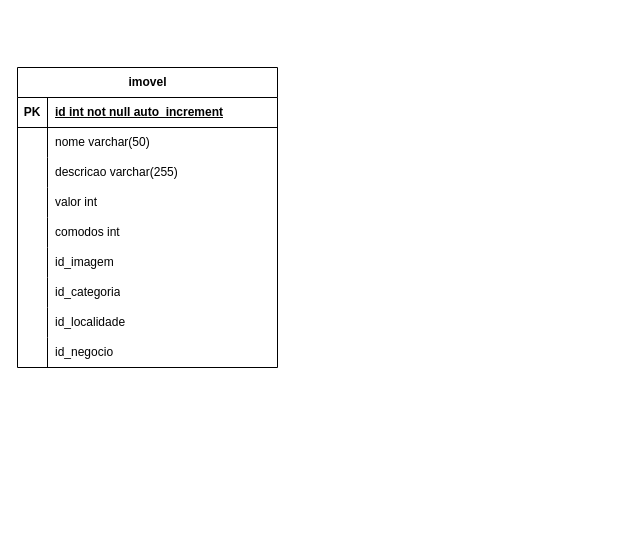
Above: Diagramas/Atividades/imobiliaria-diagrama.drawio in samueldelorenzi/BancoDeDadosI (draw.io), before the change. Source tidied: cells renumbered, new cells numbered last; positions are measured from the earlier drawing's top-left corner, leaving out a move shared by most shapes. Both pictures are drawn from the tidied source at 100%, with x=0, y=0 at pixel (17, 67).
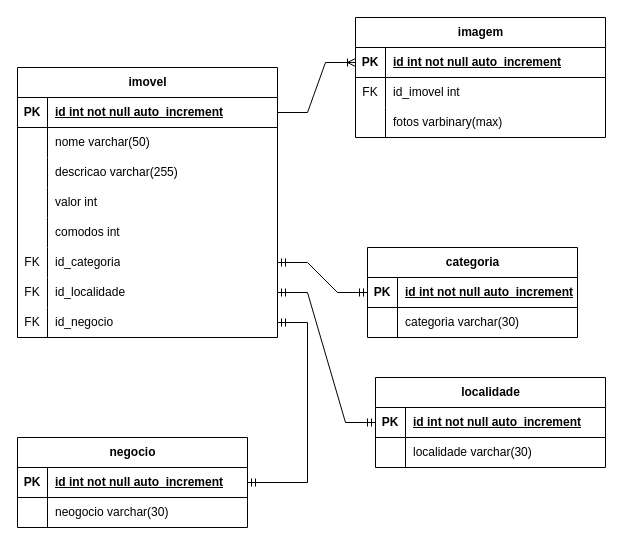
Above is the later version.

Unchanged cells that the change refers to:
```xml
<mxCell id="3" style="shape=tableRow;horizontal=0;startSize=0;swimlaneHead=0;swimlaneBody=0;fillColor=none;points=[[0,0.5],[1,0.5]];portConstraint=eastwest;top=0;left=0;right=0;bottom=1;" parent="2" vertex="1">
  <mxGeometry y="30" width="260" height="30" as="geometry" />
</mxCell>
```

Diff of the diagram source:
```diff
@@
     <mxCell id="2" value="imovel" style="shape=table;startSize=30;childLayout=tableLayout;rowLines=0;fontStyle=1;align=center;html=1;" parent="1" vertex="1">
-      <mxGeometry width="260" height="300" as="geometry" />
+      <mxGeometry width="260" height="270" as="geometry" />
     </mxCell>
@@
-    <mxCell id="18" style="shape=tableRow;horizontal=0;startSize=0;swimlaneHead=0;swimlaneBody=0;fillColor=none;top=0;left=0;right=0;bottom=0;" parent="2" vertex="1">
-      <mxGeometry y="180" width="260" height="30" as="geometry" />
-    </mxCell>
-    <mxCell id="19" style="shape=partialRectangle;fillColor=none;top=0;left=0;bottom=0;right=0;overflow=hidden;whiteSpace=wrap;html=1;" parent="18" vertex="1">
-      <mxGeometry width="30" height="30" as="geometry" />
-    </mxCell>
-    <mxCell id="20" value="id_imagem" style="shape=partialRectangle;fillColor=none;top=0;left=0;bottom=0;right=0;align=left;spacingLeft=6;overflow=hidden;whiteSpace=wrap;html=1;" parent="18" vertex="1">
-      <mxGeometry x="30" width="230" height="30" as="geometry" />
-    </mxCell>
     <mxCell id="21" style="shape=tableRow;horizontal=0;startSize=0;swimlaneHead=0;swimlaneBody=0;fillColor=none;points=[[0,0.5],[1,0.5]];portConstraint=eastwest;top=0;left=0;right=0;bottom=0;" parent="2" vertex="1">
-      <mxGeometry y="210" width="260" height="30" as="geometry" />
+      <mxGeometry y="180" width="260" height="30" as="geometry" />
     </mxCell>
-    <mxCell id="22" style="shape=partialRectangle;fillColor=none;top=0;left=0;bottom=0;right=0;overflow=hidden;whiteSpace=wrap;html=1;" parent="21" vertex="1">
+    <mxCell id="22" value="FK" style="shape=partialRectangle;fillColor=none;top=0;left=0;bottom=0;right=0;overflow=hidden;whiteSpace=wrap;html=1;" parent="21" vertex="1">
       <mxGeometry width="30" height="30" as="geometry" />
     </mxCell>
@@
     <mxCell id="24" style="shape=tableRow;horizontal=0;startSize=0;swimlaneHead=0;swimlaneBody=0;fillColor=none;points=[[0,0.5],[1,0.5]];portConstraint=eastwest;top=0;left=0;right=0;bottom=0;" parent="2" vertex="1">
-      <mxGeometry y="240" width="260" height="30" as="geometry" />
+      <mxGeometry y="210" width="260" height="30" as="geometry" />
     </mxCell>
-    <mxCell id="25" style="shape=partialRectangle;fillColor=none;top=0;left=0;bottom=0;right=0;overflow=hidden;whiteSpace=wrap;html=1;" parent="24" vertex="1">
+    <mxCell id="25" value="FK" style="shape=partialRectangle;fillColor=none;top=0;left=0;bottom=0;right=0;overflow=hidden;whiteSpace=wrap;html=1;" parent="24" vertex="1">
       <mxGeometry width="30" height="30" as="geometry" />
     </mxCell>
@@
     <mxCell id="27" style="shape=tableRow;horizontal=0;startSize=0;swimlaneHead=0;swimlaneBody=0;fillColor=none;points=[[0,0.5],[1,0.5]];portConstraint=eastwest;top=0;left=0;right=0;bottom=0;" parent="2" vertex="1">
-      <mxGeometry y="270" width="260" height="30" as="geometry" />
+      <mxGeometry y="240" width="260" height="30" as="geometry" />
     </mxCell>
-    <mxCell id="28" style="shape=partialRectangle;fillColor=none;top=0;left=0;bottom=0;right=0;overflow=hidden;whiteSpace=wrap;html=1;" parent="27" vertex="1">
+    <mxCell id="28" value="FK" style="shape=partialRectangle;fillColor=none;top=0;left=0;bottom=0;right=0;overflow=hidden;whiteSpace=wrap;html=1;" parent="27" vertex="1">
       <mxGeometry width="30" height="30" as="geometry" />
     </mxCell>
@@
+    <mxCell id="30" value="imagem" style="shape=table;startSize=30;childLayout=tableLayout;rowLines=0;fontStyle=1;align=center;html=1;" parent="1" vertex="1">
+      <mxGeometry x="338" y="-50" width="250" height="120" as="geometry" />
+    </mxCell>
+    <mxCell id="31" style="shape=tableRow;horizontal=0;startSize=0;swimlaneHead=0;swimlaneBody=0;fillColor=none;points=[[0,0.5],[1,0.5]];portConstraint=eastwest;top=0;left=0;right=0;bottom=1;" parent="30" vertex="1">
+      <mxGeometry y="30" width="250" height="30" as="geometry" />
+    </mxCell>
+    <mxCell id="32" value="PK" style="shape=partialRectangle;fillColor=none;top=0;left=0;bottom=0;right=0;fontStyle=1;overflow=hidden;whiteSpace=wrap;html=1;" parent="31" vertex="1">
+      <mxGeometry width="30" height="30" as="geometry" />
+    </mxCell>
+    <mxCell id="33" value="id int not null auto_increment" style="shape=partialRectangle;fillColor=none;top=0;left=0;bottom=0;right=0;align=left;spacingLeft=6;fontStyle=5;overflow=hidden;whiteSpace=wrap;html=1;" parent="31" vertex="1">
+      <mxGeometry x="30" width="220" height="30" as="geometry" />
+    </mxCell>
+    <mxCell id="34" style="shape=tableRow;horizontal=0;startSize=0;swimlaneHead=0;swimlaneBody=0;fillColor=none;top=0;left=0;right=0;bottom=0;" parent="30" vertex="1">
+      <mxGeometry y="60" width="250" height="30" as="geometry" />
+    </mxCell>
+    <mxCell id="35" value="FK" style="shape=partialRectangle;fillColor=none;top=0;left=0;bottom=0;right=0;overflow=hidden;whiteSpace=wrap;html=1;" parent="34" vertex="1">
+      <mxGeometry width="30" height="30" as="geometry" />
+    </mxCell>
+    <mxCell id="36" value="id_imovel int" style="shape=partialRectangle;fillColor=none;top=0;left=0;bottom=0;right=0;align=left;spacingLeft=6;overflow=hidden;whiteSpace=wrap;html=1;" parent="34" vertex="1">
+      <mxGeometry x="30" width="220" height="30" as="geometry" />
+    </mxCell>
+    <mxCell id="37" style="shape=tableRow;horizontal=0;startSize=0;swimlaneHead=0;swimlaneBody=0;fillColor=none;top=0;left=0;right=0;bottom=0;" parent="30" vertex="1">
+      <mxGeometry y="90" width="250" height="30" as="geometry" />
+    </mxCell>
+    <mxCell id="38" style="shape=partialRectangle;fillColor=none;top=0;left=0;bottom=0;right=0;overflow=hidden;whiteSpace=wrap;html=1;" parent="37" vertex="1">
+      <mxGeometry width="30" height="30" as="geometry" />
+    </mxCell>
+    <mxCell id="39" value="fotos varbinary(max)" style="shape=partialRectangle;fillColor=none;top=0;left=0;bottom=0;right=0;align=left;spacingLeft=6;overflow=hidden;whiteSpace=wrap;html=1;" parent="37" vertex="1">
+      <mxGeometry x="30" width="220" height="30" as="geometry" />
+    </mxCell>
+    <mxCell id="40" value="categoria" style="shape=table;startSize=30;childLayout=tableLayout;rowLines=0;fontStyle=1;align=center;html=1;" parent="1" vertex="1">
+      <mxGeometry x="350" y="180" width="210" height="90" as="geometry" />
+    </mxCell>
+    <mxCell id="41" style="shape=tableRow;horizontal=0;startSize=0;swimlaneHead=0;swimlaneBody=0;fillColor=none;points=[[0,0.5],[1,0.5]];portConstraint=eastwest;top=0;left=0;right=0;bottom=1;" parent="40" vertex="1">
+      <mxGeometry y="30" width="210" height="30" as="geometry" />
+    </mxCell>
+    <mxCell id="42" value="PK" style="shape=partialRectangle;fillColor=none;top=0;left=0;bottom=0;right=0;fontStyle=1;overflow=hidden;whiteSpace=wrap;html=1;" parent="41" vertex="1">
+      <mxGeometry width="30" height="30" as="geometry" />
+    </mxCell>
+    <mxCell id="43" value="id int not null auto_increment" style="shape=partialRectangle;fillColor=none;top=0;left=0;bottom=0;right=0;align=left;spacingLeft=6;fontStyle=5;overflow=hidden;whiteSpace=wrap;html=1;" parent="41" vertex="1">
+      <mxGeometry x="30" width="180" height="30" as="geometry" />
+    </mxCell>
+    <mxCell id="44" style="shape=tableRow;horizontal=0;startSize=0;swimlaneHead=0;swimlaneBody=0;fillColor=none;top=0;left=0;right=0;bottom=0;" parent="40" vertex="1">
+      <mxGeometry y="60" width="210" height="30" as="geometry" />
+    </mxCell>
+    <mxCell id="45" style="shape=partialRectangle;fillColor=none;top=0;left=0;bottom=0;right=0;overflow=hidden;whiteSpace=wrap;html=1;" parent="44" vertex="1">
+      <mxGeometry width="30" height="30" as="geometry" />
+    </mxCell>
+    <mxCell id="46" value="categoria varchar(30)" style="shape=partialRectangle;fillColor=none;top=0;left=0;bottom=0;right=0;align=left;spacingLeft=6;overflow=hidden;whiteSpace=wrap;html=1;" parent="44" vertex="1">
+      <mxGeometry x="30" width="180" height="30" as="geometry" />
+    </mxCell>
+    <mxCell id="47" style="edgeStyle=entityRelationEdgeStyle;fontSize=12;html=1;endArrow=ERmandOne;startArrow=ERmandOne;rounded=0;" parent="1" edge="1" source="21" target="41">
+      <mxGeometry relative="1" as="geometry" />
+    </mxCell>
+    <mxCell id="48" value="localidade" style="shape=table;startSize=30;childLayout=tableLayout;rowLines=0;fontStyle=1;align=center;html=1;" parent="1" vertex="1">
+      <mxGeometry x="358" y="310" width="230" height="90" as="geometry" />
+    </mxCell>
+    <mxCell id="49" style="shape=tableRow;horizontal=0;startSize=0;swimlaneHead=0;swimlaneBody=0;fillColor=none;points=[[0,0.5],[1,0.5]];portConstraint=eastwest;top=0;left=0;right=0;bottom=1;" parent="48" vertex="1">
+      <mxGeometry y="30" width="230" height="30" as="geometry" />
+    </mxCell>
+    <mxCell id="50" value="PK" style="shape=partialRectangle;fillColor=none;top=0;left=0;bottom=0;right=0;fontStyle=1;overflow=hidden;whiteSpace=wrap;html=1;" parent="49" vertex="1">
+      <mxGeometry width="30" height="30" as="geometry" />
+    </mxCell>
+    <mxCell id="51" value="id int not null auto_increment" style="shape=partialRectangle;fillColor=none;top=0;left=0;bottom=0;right=0;align=left;spacingLeft=6;fontStyle=5;overflow=hidden;whiteSpace=wrap;html=1;" parent="49" vertex="1">
+      <mxGeometry x="30" width="200" height="30" as="geometry" />
+    </mxCell>
+    <mxCell id="52" style="shape=tableRow;horizontal=0;startSize=0;swimlaneHead=0;swimlaneBody=0;fillColor=none;top=0;left=0;right=0;bottom=0;" parent="48" vertex="1">
+      <mxGeometry y="60" width="230" height="30" as="geometry" />
+    </mxCell>
+    <mxCell id="53" style="shape=partialRectangle;fillColor=none;top=0;left=0;bottom=0;right=0;overflow=hidden;whiteSpace=wrap;html=1;" parent="52" vertex="1">
+      <mxGeometry width="30" height="30" as="geometry" />
+    </mxCell>
+    <mxCell id="54" value="localidade varchar(30)" style="shape=partialRectangle;fillColor=none;top=0;left=0;bottom=0;right=0;align=left;spacingLeft=6;overflow=hidden;whiteSpace=wrap;html=1;" parent="52" vertex="1">
+      <mxGeometry x="30" width="200" height="30" as="geometry" />
+    </mxCell>
+    <mxCell id="55" style="edgeStyle=entityRelationEdgeStyle;fontSize=12;html=1;endArrow=ERmandOne;startArrow=ERmandOne;rounded=0;" parent="1" edge="1" source="24" target="49">
+      <mxGeometry relative="1" as="geometry">
+        <Array as="points">
+          <mxPoint x="340" y="315" />
+        </Array>
+      </mxGeometry>
+    </mxCell>
+    <mxCell id="56" value="negocio" style="shape=table;startSize=30;childLayout=tableLayout;rowLines=0;fontStyle=1;align=center;html=1;" parent="1" vertex="1">
+      <mxGeometry y="370" width="230" height="90" as="geometry" />
+    </mxCell>
+    <mxCell id="57" style="shape=tableRow;horizontal=0;startSize=0;swimlaneHead=0;swimlaneBody=0;fillColor=none;points=[[0,0.5],[1,0.5]];portConstraint=eastwest;top=0;left=0;right=0;bottom=1;" parent="56" vertex="1">
+      <mxGeometry y="30" width="230" height="30" as="geometry" />
+    </mxCell>
+    <mxCell id="58" value="PK" style="shape=partialRectangle;fillColor=none;top=0;left=0;bottom=0;right=0;fontStyle=1;overflow=hidden;whiteSpace=wrap;html=1;" parent="57" vertex="1">
+      <mxGeometry width="30" height="30" as="geometry" />
+    </mxCell>
+    <mxCell id="59" value="id int not null auto_increment" style="shape=partialRectangle;fillColor=none;top=0;left=0;bottom=0;right=0;align=left;spacingLeft=6;fontStyle=5;overflow=hidden;whiteSpace=wrap;html=1;" parent="57" vertex="1">
+      <mxGeometry x="30" width="200" height="30" as="geometry" />
+    </mxCell>
+    <mxCell id="60" style="shape=tableRow;horizontal=0;startSize=0;swimlaneHead=0;swimlaneBody=0;fillColor=none;top=0;left=0;right=0;bottom=0;" parent="56" vertex="1">
+      <mxGeometry y="60" width="230" height="30" as="geometry" />
+    </mxCell>
+    <mxCell id="61" style="shape=partialRectangle;fillColor=none;top=0;left=0;bottom=0;right=0;overflow=hidden;whiteSpace=wrap;html=1;" parent="60" vertex="1">
+      <mxGeometry width="30" height="30" as="geometry" />
+    </mxCell>
+    <mxCell id="62" value="neogocio varchar(30)" style="shape=partialRectangle;fillColor=none;top=0;left=0;bottom=0;right=0;align=left;spacingLeft=6;overflow=hidden;whiteSpace=wrap;html=1;" parent="60" vertex="1">
+      <mxGeometry x="30" width="200" height="30" as="geometry" />
+    </mxCell>
+    <mxCell id="63" style="edgeStyle=entityRelationEdgeStyle;fontSize=12;html=1;endArrow=ERmandOne;startArrow=ERmandOne;rounded=0;" parent="1" edge="1" source="27" target="57">
+      <mxGeometry relative="1" as="geometry">
+        <Array as="points">
+          <mxPoint x="310" y="380" />
+        </Array>
+      </mxGeometry>
+    </mxCell>
+    <mxCell id="64" style="edgeStyle=entityRelationEdgeStyle;fontSize=12;html=1;endArrow=ERoneToMany;rounded=0;" parent="1" edge="1" source="3" target="31">
+      <mxGeometry relative="1" as="geometry" />
+    </mxCell>
```
